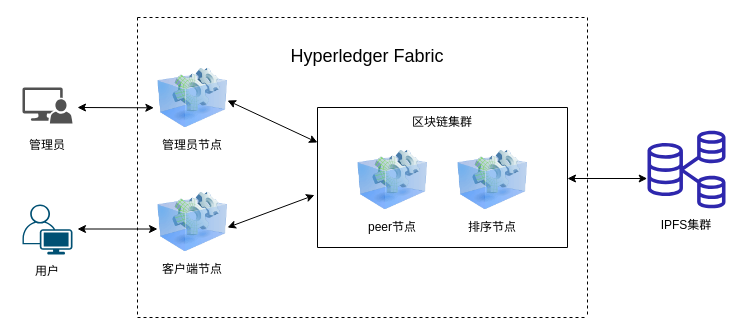
DingAllen/2022-leetcode keeps this draw.io diagram as play.drawio. Above is the earlier version. Source tidied: cells renumbered, new cells numbered last; positions are measured from the earlier drawing's top-left corner, leaving out a move shared by most shapes. Both pictures are drawn from the tidied source at 100%, with x=0, y=0 at pixel (17, 17).
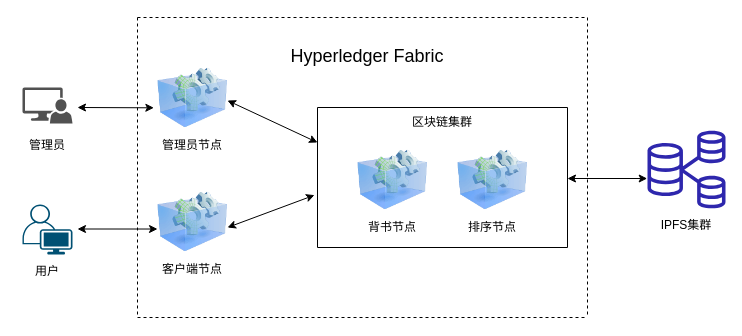
After the change.

Unchanged cells that the change refers to:
```xml
<mxCell id="12" style="swimlane;startSize=0;" parent="1" vertex="1">
  <mxGeometry x="300" y="90" width="250" height="140" as="geometry" />
</mxCell>
```

What changed in the source:
```diff
@@
-    <mxCell id="14" value="peer节点" style="text;html=1;strokeColor=none;fillColor=none;align=center;verticalAlign=middle;whiteSpace=wrap;rounded=0;" parent="12" vertex="1">
+    <mxCell id="14" value="背书节点" style="text;html=1;strokeColor=none;fillColor=none;align=center;verticalAlign=middle;whiteSpace=wrap;rounded=0;" parent="12" vertex="1">
       <mxGeometry x="40" y="105" width="70" height="30" as="geometry" />
     </mxCell>
```
